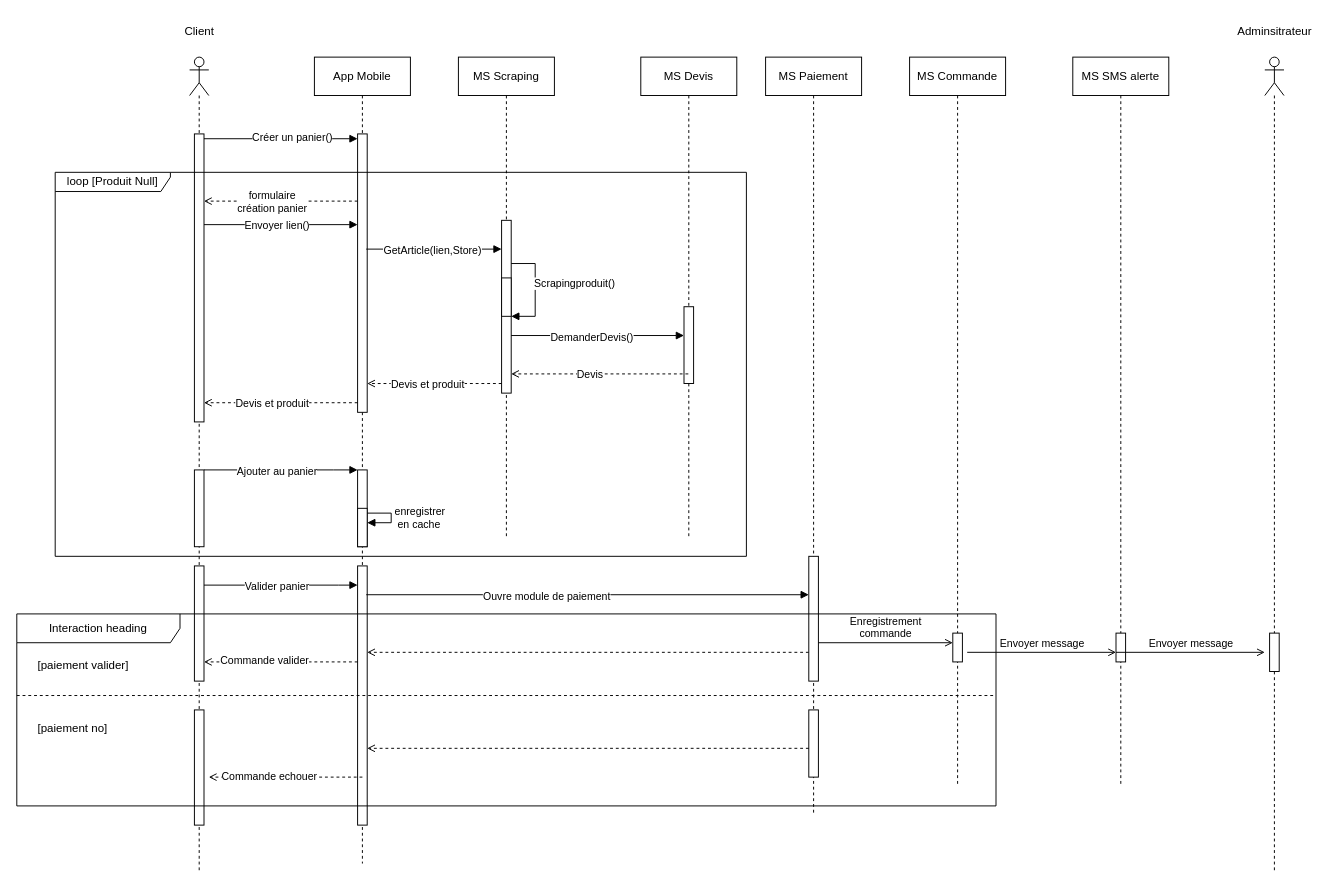
Earlier version of the draw.io diagram page "DS-CREATE-BASKET-MFS" (2 of 2) of Diagramme_MyFrench_Shop.drawio (kbvac/Diagramme-UML). Source tidied: cells renumbered, new cells numbered last; positions are measured from the earlier drawing's top-left corner, leaving out a move shared by most shapes. Both pictures are drawn from the tidied source at 96%, with x=0, y=0 at pixel (16, 16).
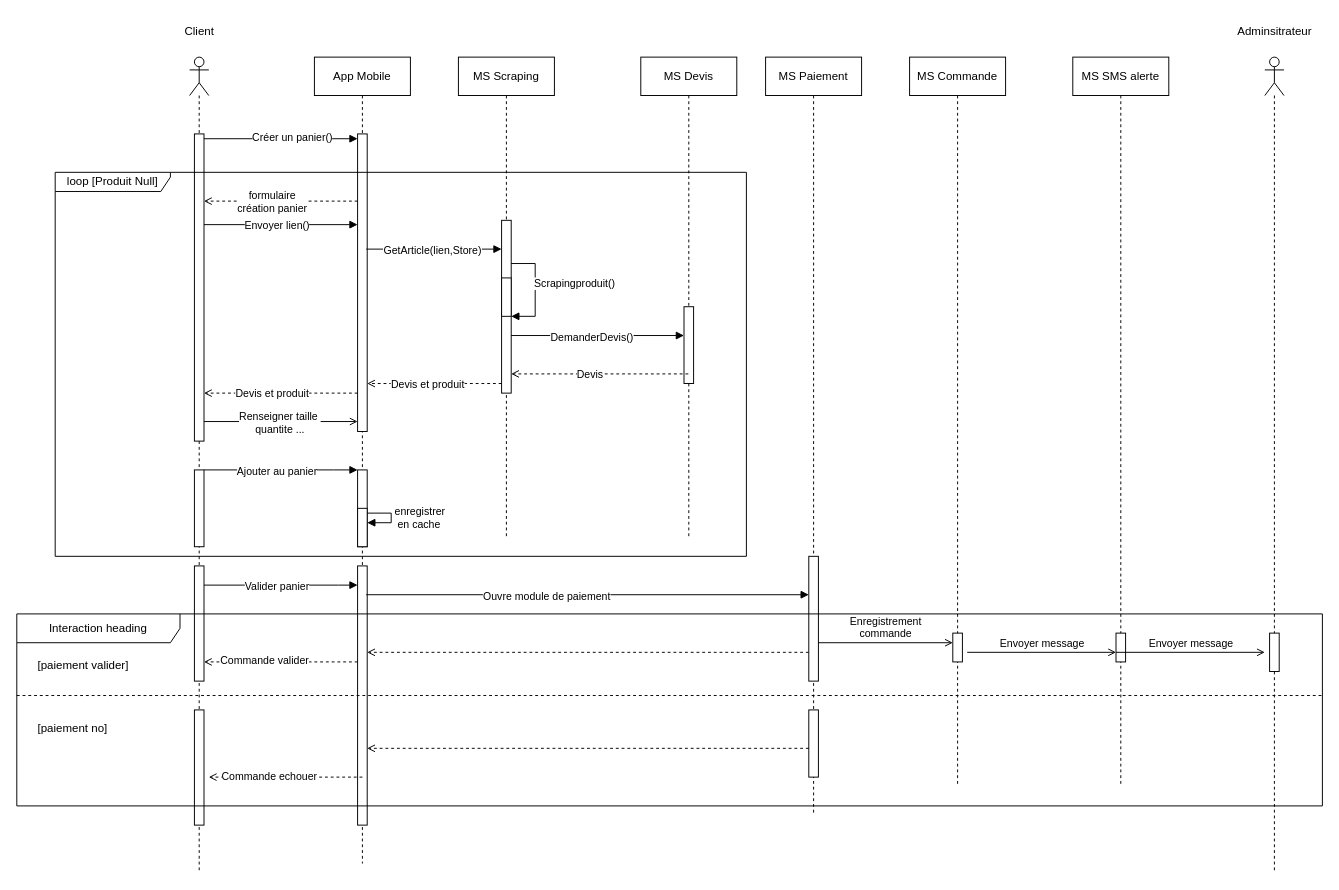
Above is the later version.

Unchanged cells that the change refers to:
```xml
<mxCell id="2" style="shape=umlLifeline;perimeter=lifelinePerimeter;whiteSpace=wrap;html=1;newEdgeStyle={&quot;curved&quot;:0,&quot;rounded&quot;:0};participant=umlActor;" parent="1" vertex="1">
  <mxGeometry x="180" y="42" width="20" height="850" as="geometry" />
</mxCell>
<mxCell id="16" value="App Mobile" style="shape=umlLifeline;perimeter=lifelinePerimeter;whiteSpace=wrap;html=1;newEdgeStyle={&quot;edgeStyle&quot;:&quot;elbowEdgeStyle&quot;,&quot;elbow&quot;:&quot;vertical&quot;,&quot;curved&quot;:0,&quot;rounded&quot;:0};" parent="1" vertex="1">
  <mxGeometry x="310" y="42" width="100" height="840" as="geometry" />
</mxCell>
```

What changed in the source:
```diff
@@
     <mxCell id="3" style="html=1;points=[[0,0,0,0,5],[0,1,0,0,-5],[1,0,0,0,5],[1,1,0,0,-5]];perimeter=orthogonalPerimeter;outlineConnect=0;targetShapes=umlLifeline;portConstraint=eastwest;newEdgeStyle={&quot;curved&quot;:0,&quot;rounded&quot;:0};" parent="2" vertex="1">
-      <mxGeometry x="5" y="80" width="10" height="300" as="geometry" />
+      <mxGeometry x="5" y="80" width="10" height="320" as="geometry" />
     </mxCell>
@@
     <mxCell id="17" style="html=1;points=[[0,0,0,0,5],[0,1,0,0,-5],[1,0,0,0,5],[1,1,0,0,-5]];perimeter=orthogonalPerimeter;outlineConnect=0;targetShapes=umlLifeline;portConstraint=eastwest;newEdgeStyle={&quot;curved&quot;:0,&quot;rounded&quot;:0};" parent="16" vertex="1">
-      <mxGeometry x="45" y="80" width="10" height="290" as="geometry" />
+      <mxGeometry x="45" y="80" width="10" height="310" as="geometry" />
     </mxCell>
@@
-    <mxCell id="34" style="html=1;verticalAlign=bottom;labelBackgroundColor=none;endArrow=open;endFill=0;dashed=1;rounded=0;" parent="1" edge="1" source="17" target="3">
+    <mxCell id="34" style="html=1;verticalAlign=bottom;labelBackgroundColor=none;endArrow=open;endFill=0;dashed=1;rounded=0;" parent="1" edge="1">
       <mxGeometry relative="1" as="geometry">
+        <mxPoint x="355" y="392" as="sourcePoint" />
+        <mxPoint x="195" y="392" as="targetPoint" />
         <Array as="points">
-          <mxPoint x="268" y="402" />
+          <mxPoint x="268" y="392" />
         </Array>
       </mxGeometry>
     </mxCell>
@@
     <mxCell id="48" value="Interaction heading" style="shape=umlFrame;whiteSpace=wrap;html=1;width=170;" parent="1" vertex="1">
-      <mxGeometry y="622" width="1020" height="200" as="geometry" />
+      <mxGeometry y="622" width="1360" height="200" as="geometry" />
     </mxCell>
@@
     <mxCell id="50" value="[paiement no]" style="line;strokeWidth=1;dashed=1;labelPosition=center;verticalLabelPosition=bottom;align=left;verticalAlign=top;spacingLeft=20;spacingTop=15;html=1;whiteSpace=wrap;" parent="48" vertex="1">
-      <mxGeometry y="80" width="1020" height="10" as="geometry" />
+      <mxGeometry y="80" width="1360" height="10" as="geometry" />
     </mxCell>
@@
+    <mxCell id="66" style="html=1;verticalAlign=bottom;labelBackgroundColor=none;endArrow=open;endFill=0;rounded=0;" parent="1" edge="1">
+      <mxGeometry x="-0.06" y="-20" relative="1" as="geometry">
+        <mxPoint x="195" y="421.6" as="sourcePoint" />
+        <mxPoint x="355" y="421.6" as="targetPoint" />
+      </mxGeometry>
+    </mxCell>
+    <mxCell id="67" value="Renseigner taille&amp;nbsp;&lt;br&gt;quantite ..." style="edgeLabel;html=1;align=center;verticalAlign=middle;" parent="66" vertex="1">
+      <mxGeometry x="-0.02" y="-1" relative="1" as="geometry" />
+    </mxCell>
```
